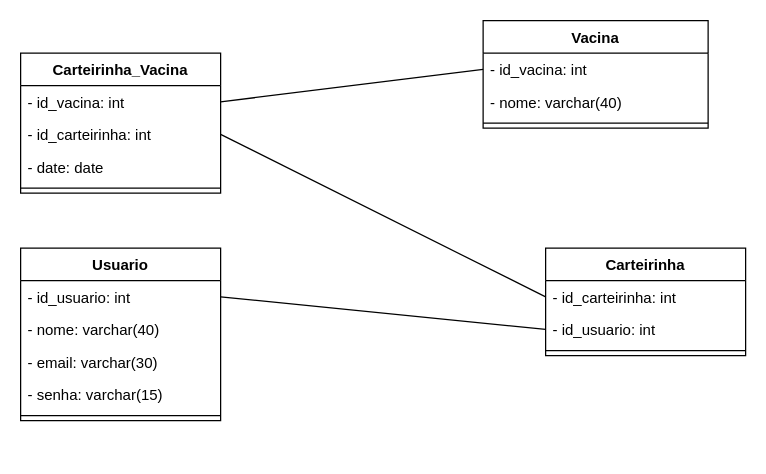
Above: documentacao/diagrama de classe.drawio in Carlozo/Vaprotec-carteira-de-vacina-digital (draw.io), before the change. Source tidied: cells renumbered, new cells numbered last; positions are measured from the earlier drawing's top-left corner, leaving out a move shared by most shapes. Both pictures are drawn from the tidied source at 125%, with x=0, y=0 at pixel (20, 20).
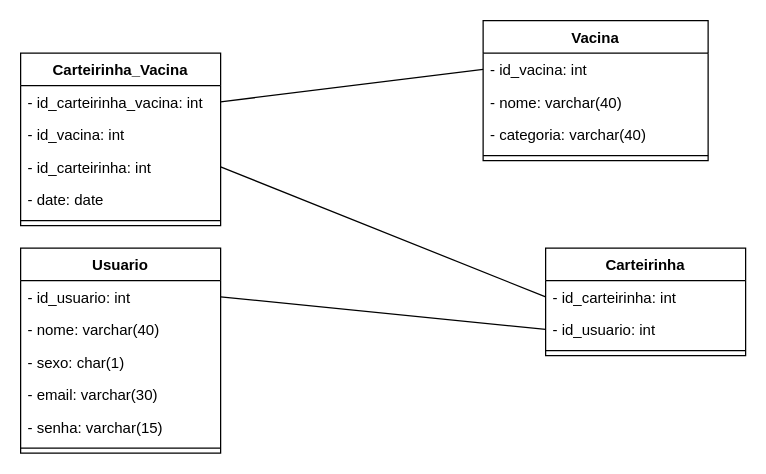
After the change.

The edit, as a diff of the source:
```diff
@@
     <mxCell id="2" value="Carteirinha_Vacina" style="swimlane;fontStyle=1;align=center;verticalAlign=top;horizontal=1;startSize=26;" parent="1" vertex="1">
-      <mxGeometry y="26" width="160" height="112" as="geometry" />
+      <mxGeometry y="26" width="160" height="138" as="geometry" />
     </mxCell>
-    <mxCell id="3" value="- id_vacina: int" style="text;strokeColor=none;fillColor=none;align=left;verticalAlign=top;spacingLeft=4;spacingRight=4;overflow=hidden;points=[[0,0.5],[1,0.5]];portConstraint=eastwest;" parent="2" vertex="1">
+    <mxCell id="3" value="- id_carteirinha_vacina: int" style="text;strokeColor=none;fillColor=none;align=left;verticalAlign=top;spacingLeft=4;spacingRight=4;overflow=hidden;points=[[0,0.5],[1,0.5]];portConstraint=eastwest;" parent="2" vertex="1">
       <mxGeometry y="26" width="160" height="26" as="geometry" />
     </mxCell>
+    <mxCell id="24" value="- id_vacina: int" style="text;strokeColor=none;fillColor=none;align=left;verticalAlign=top;spacingLeft=4;spacingRight=4;overflow=hidden;" parent="2" vertex="1">
+      <mxGeometry y="52" width="160" height="26" as="geometry" />
+    </mxCell>
     <mxCell id="4" value="- id_carteirinha: int" style="text;strokeColor=none;fillColor=none;align=left;verticalAlign=top;spacingLeft=4;spacingRight=4;overflow=hidden;points=[[0,0.5],[1,0.5]];portConstraint=eastwest;" parent="2" vertex="1">
-      <mxGeometry y="52" width="160" height="26" as="geometry" />
+      <mxGeometry y="78" width="160" height="26" as="geometry" />
     </mxCell>
     <mxCell id="5" value="- date: date" style="text;strokeColor=none;fillColor=none;align=left;verticalAlign=top;spacingLeft=4;spacingRight=4;overflow=hidden;" parent="2" vertex="1">
-      <mxGeometry y="78" width="160" height="26" as="geometry" />
+      <mxGeometry y="104" width="160" height="26" as="geometry" />
     </mxCell>
     <mxCell id="6" style="line;strokeWidth=1;fillColor=none;align=left;verticalAlign=middle;spacingTop=-1;spacingLeft=3;spacingRight=3;labelPosition=right;" parent="2" vertex="1">
-      <mxGeometry y="104" width="160" height="8" as="geometry" />
+      <mxGeometry y="130" width="160" height="8" as="geometry" />
     </mxCell>
     <mxCell id="7" value="Usuario" style="swimlane;fontStyle=1;align=center;verticalAlign=top;horizontal=1;startSize=26;" parent="1" vertex="1">
-      <mxGeometry y="182" width="160" height="138" as="geometry" />
+      <mxGeometry y="182" width="160" height="164" as="geometry" />
     </mxCell>
@@
+    <mxCell id="25" value="- sexo: char(1)" style="text;strokeColor=none;fillColor=none;align=left;verticalAlign=top;spacingLeft=4;spacingRight=4;overflow=hidden;" parent="7" vertex="1">
+      <mxGeometry y="78" width="160" height="26" as="geometry" />
+    </mxCell>
     <mxCell id="10" value="- email: varchar(30)" style="text;strokeColor=none;fillColor=none;align=left;verticalAlign=top;spacingLeft=4;spacingRight=4;overflow=hidden;" parent="7" vertex="1">
-      <mxGeometry y="78" width="160" height="26" as="geometry" />
+      <mxGeometry y="104" width="160" height="26" as="geometry" />
     </mxCell>
     <mxCell id="11" value="- senha: varchar(15)" style="text;strokeColor=none;fillColor=none;align=left;verticalAlign=top;spacingLeft=4;spacingRight=4;overflow=hidden;" parent="7" vertex="1">
-      <mxGeometry y="104" width="160" height="26" as="geometry" />
+      <mxGeometry y="130" width="160" height="26" as="geometry" />
     </mxCell>
     <mxCell id="12" style="line;strokeWidth=1;fillColor=none;align=left;verticalAlign=middle;spacingTop=-1;spacingLeft=3;spacingRight=3;labelPosition=right;" parent="7" vertex="1">
-      <mxGeometry y="130" width="160" height="8" as="geometry" />
+      <mxGeometry y="156" width="160" height="8" as="geometry" />
     </mxCell>
     <mxCell id="13" value="Vacina" style="swimlane;fontStyle=1;align=center;verticalAlign=top;horizontal=1;startSize=26;" parent="1" vertex="1">
-      <mxGeometry x="370" width="180" height="86" as="geometry" />
+      <mxGeometry x="370" width="180" height="112" as="geometry" />
     </mxCell>
@@
+    <mxCell id="26" value="- categoria: varchar(40)" style="text;strokeColor=none;fillColor=none;align=left;verticalAlign=top;spacingLeft=4;spacingRight=4;overflow=hidden;" parent="13" vertex="1">
+      <mxGeometry y="78" width="180" height="26" as="geometry" />
+    </mxCell>
     <mxCell id="16" style="line;strokeWidth=1;fillColor=none;align=left;verticalAlign=middle;spacingTop=-1;spacingLeft=3;spacingRight=3;labelPosition=right;" parent="13" vertex="1">
-      <mxGeometry y="78" width="180" height="8" as="geometry" />
+      <mxGeometry y="104" width="180" height="8" as="geometry" />
     </mxCell>
```
